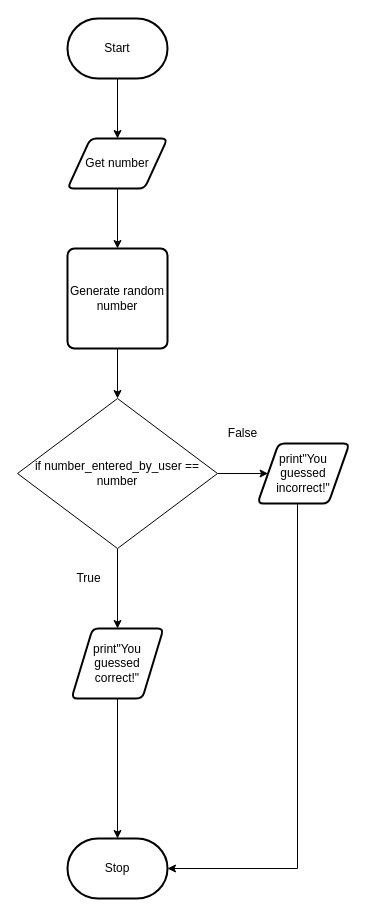
michael-clermont1/ICS3U-Unit5-01-Python keeps this draw.io diagram as flowchart.drawio. Above is the earlier version. Source tidied: cells renumbered, new cells numbered last; positions are measured from the earlier drawing's top-left corner, leaving out a move shared by most shapes. Both pictures are drawn from the tidied source at 100%, with x=0, y=0 at pixel (17, 18).
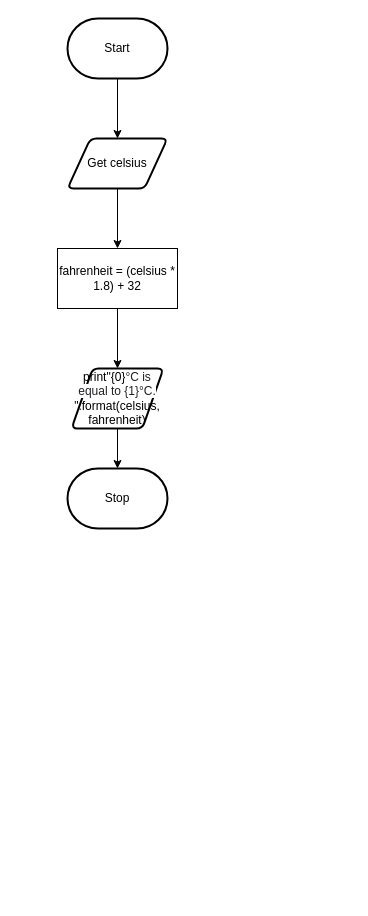
The same page after the edit.

The edit, as a diff of the source:
```diff
@@
 <mxGraphModel>
   <root>
     <mxCell id="0" />
     <mxCell id="1" parent="0" />
-    <mxCell id="2" style="edgeStyle=orthogonalEdgeStyle;rounded=0;html=1;exitX=0.5;exitY=1;exitDx=0;exitDy=0;entryX=0.5;entryY=0;entryDx=0;entryDy=0;" parent="1" edge="1" source="3" target="17">
-      <mxGeometry relative="1" as="geometry" />
-    </mxCell>
+    <mxCell id="18" style="edgeStyle=none;html=1;entryX=0.5;entryY=0;entryDx=0;entryDy=0;fontFamily=Helvetica;fontSize=12;" parent="1" edge="1" source="3" target="16">
+      <mxGeometry relative="1" as="geometry" />
+    </mxCell>
-    <mxCell id="3" value="Get number" style="shape=parallelogram;html=1;strokeWidth=2;perimeter=parallelogramPerimeter;whiteSpace=wrap;rounded=1;arcSize=12;size=0.23;" parent="1" vertex="1">
+    <mxCell id="3" value="Get celsius" style="shape=parallelogram;html=1;strokeWidth=2;perimeter=parallelogramPerimeter;whiteSpace=wrap;rounded=1;arcSize=12;size=0.23;" parent="1" vertex="1">
       <mxGeometry x="50" y="120" width="100" height="50" as="geometry" />
     </mxCell>
     <mxCell id="4" style="edgeStyle=orthogonalEdgeStyle;rounded=0;html=1;entryX=0.5;entryY=0;entryDx=0;entryDy=0;" parent="1" edge="1" source="5" target="3">
       <mxGeometry relative="1" as="geometry" />
     </mxCell>
     <mxCell id="5" value="Start" style="strokeWidth=2;html=1;shape=mxgraph.flowchart.terminator;whiteSpace=wrap;" parent="1" vertex="1">
       <mxGeometry x="50" width="100" height="60" as="geometry" />
     </mxCell>
     <mxCell id="6" value="Stop" style="strokeWidth=2;html=1;shape=mxgraph.flowchart.terminator;whiteSpace=wrap;" parent="1" vertex="1">
-      <mxGeometry x="50" y="820" width="100" height="60" as="geometry" />
+      <mxGeometry x="50" y="450" width="100" height="60" as="geometry" />
     </mxCell>
-    <mxCell id="7" style="edgeStyle=orthogonalEdgeStyle;rounded=0;html=1;entryX=0.5;entryY=0;entryDx=0;entryDy=0;entryPerimeter=0;" parent="1" edge="1" source="8" target="6">
-      <mxGeometry relative="1" as="geometry" />
-    </mxCell>
-    <mxCell id="8" value="print&quot;You guessed correct!&quot;" style="shape=parallelogram;html=1;strokeWidth=2;perimeter=parallelogramPerimeter;whiteSpace=wrap;rounded=1;arcSize=12;size=0.23;" parent="1" vertex="1">
-      <mxGeometry x="54" y="610" width="92" height="70" as="geometry" />
-    </mxCell>
-    <mxCell id="9" style="edgeStyle=orthogonalEdgeStyle;rounded=0;html=1;entryX=1;entryY=0.5;entryDx=0;entryDy=0;entryPerimeter=0;" parent="1" edge="1" source="10" target="6">
-      <mxGeometry relative="1" as="geometry">
-        <Array as="points">
-          <mxPoint x="280" y="850" />
-        </Array>
-      </mxGeometry>
+    <mxCell id="9" style="edgeStyle=none;html=1;entryX=0.5;entryY=0;entryDx=0;entryDy=0;entryPerimeter=0;fontFamily=Helvetica;fontSize=12;" parent="1" edge="1" source="10" target="6">
+      <mxGeometry relative="1" as="geometry" />
     </mxCell>
-    <mxCell id="10" value="print&quot;You guessed incorrect!&quot;" style="shape=parallelogram;html=1;strokeWidth=2;perimeter=parallelogramPerimeter;whiteSpace=wrap;rounded=1;arcSize=12;size=0.23;" parent="1" vertex="1">
-      <mxGeometry x="240" y="425" width="92" height="60" as="geometry" />
+    <mxCell id="10" value="print&quot;{0}&lt;span style=&quot;color: rgb(32 , 33 , 36) ; text-align: left ; background-color: rgb(255 , 255 , 255)&quot;&gt;&lt;font style=&quot;font-size: 12px&quot;&gt;°C is equal to {1}&lt;/font&gt;&lt;/span&gt;&lt;span style=&quot;color: rgb(32 , 33 , 36) ; text-align: left ; background-color: rgb(255 , 255 , 255)&quot;&gt;&lt;font style=&quot;font-size: 12px&quot;&gt;°C.&lt;/font&gt;&lt;/span&gt;&lt;br&gt;&quot;.format(celsius, fahrenheit)" style="shape=parallelogram;html=1;strokeWidth=2;perimeter=parallelogramPerimeter;whiteSpace=wrap;rounded=1;arcSize=12;size=0.23;" parent="1" vertex="1">
+      <mxGeometry x="54" y="350" width="92" height="60" as="geometry" />
     </mxCell>
-    <mxCell id="11" style="edgeStyle=none;html=1;entryX=0.5;entryY=0;entryDx=0;entryDy=0;" parent="1" edge="1" source="13" target="8">
-      <mxGeometry relative="1" as="geometry" />
-    </mxCell>
-    <mxCell id="12" style="edgeStyle=orthogonalEdgeStyle;html=1;entryX=0;entryY=0.5;entryDx=0;entryDy=0;" parent="1" edge="1" source="13" target="10">
-      <mxGeometry relative="1" as="geometry" />
-    </mxCell>
-    <mxCell id="13" value="&lt;span&gt;if number_entered_by_user == number&lt;/span&gt;" style="rhombus;whiteSpace=wrap;html=1;" parent="1" vertex="1">
-      <mxGeometry y="380" width="200" height="150" as="geometry" />
-    </mxCell>
-    <mxCell id="14" value="False" style="text;html=1;align=center;verticalAlign=middle;fillColor=none;strokeColor=none;rounded=0;" parent="1" vertex="1">
-      <mxGeometry x="200" y="405" width="50" height="20" as="geometry" />
-    </mxCell>
-    <mxCell id="15" value="True" style="text;html=1;align=center;verticalAlign=middle;fillColor=none;strokeColor=none;rounded=0;" parent="1" vertex="1">
-      <mxGeometry x="51" y="550" width="40" height="20" as="geometry" />
-    </mxCell>
+    <mxCell id="19" style="edgeStyle=none;html=1;entryX=0.5;entryY=0;entryDx=0;entryDy=0;fontFamily=Helvetica;fontSize=12;" parent="1" edge="1" source="16" target="10">
+      <mxGeometry relative="1" as="geometry" />
+    </mxCell>
-    <mxCell id="16" style="edgeStyle=orthogonalEdgeStyle;rounded=0;html=1;entryX=0.5;entryY=0;entryDx=0;entryDy=0;" parent="1" edge="1" source="17" target="13">
-      <mxGeometry relative="1" as="geometry" />
+    <mxCell id="16" value="fahrenheit = (celsius * 1.8) + 32" style="rounded=0;whiteSpace=wrap;html=1;" parent="1" vertex="1">
+      <mxGeometry x="40" y="230" width="120" height="60" as="geometry" />
     </mxCell>
-    <mxCell id="17" value="Generate random number" style="rounded=1;whiteSpace=wrap;html=1;absoluteArcSize=1;arcSize=14;strokeWidth=2;" parent="1" vertex="1">
-      <mxGeometry x="50" y="230" width="100" height="100" as="geometry" />
-    </mxCell>
   </root>
 </mxGraphModel>
```
